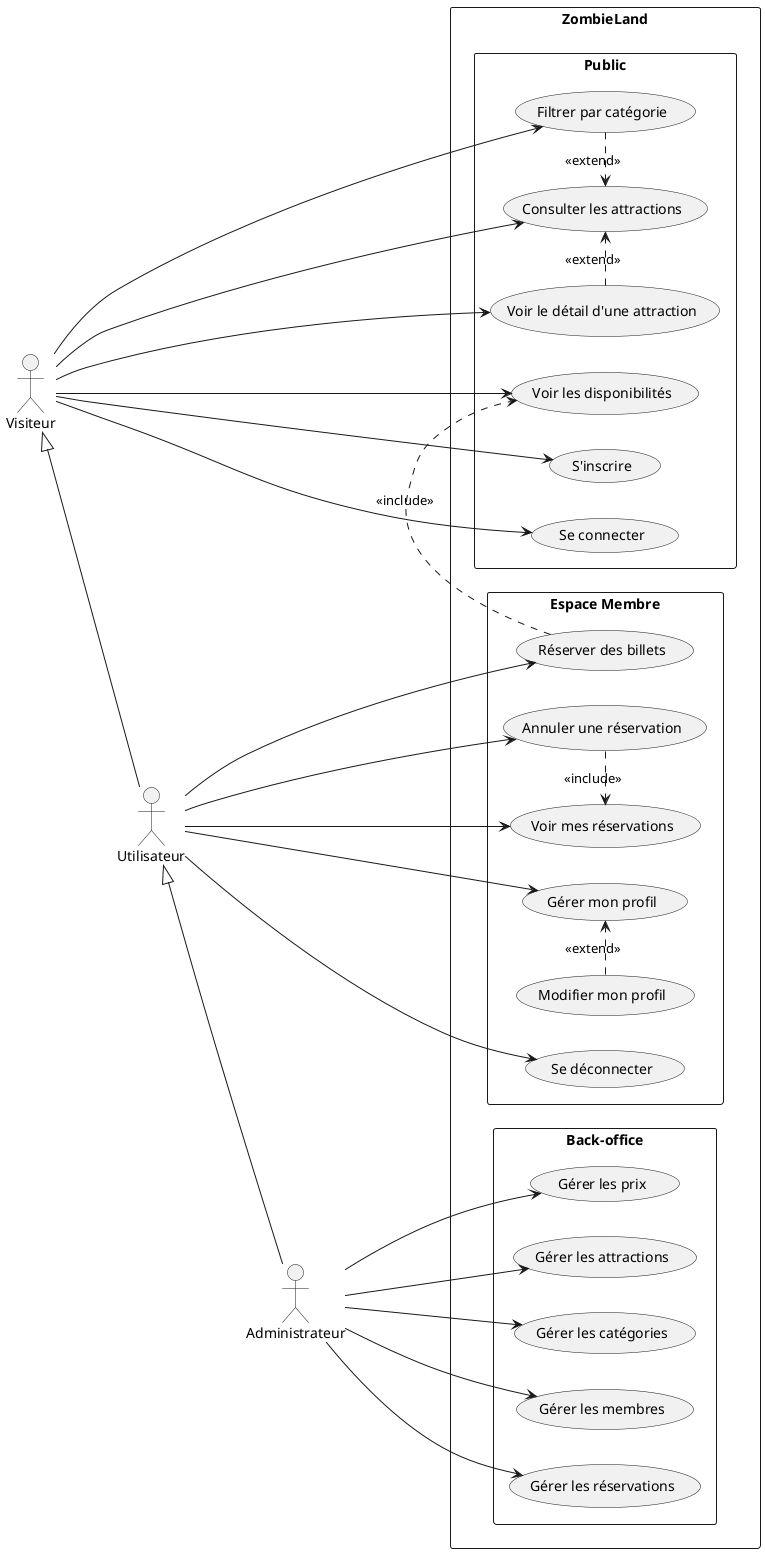
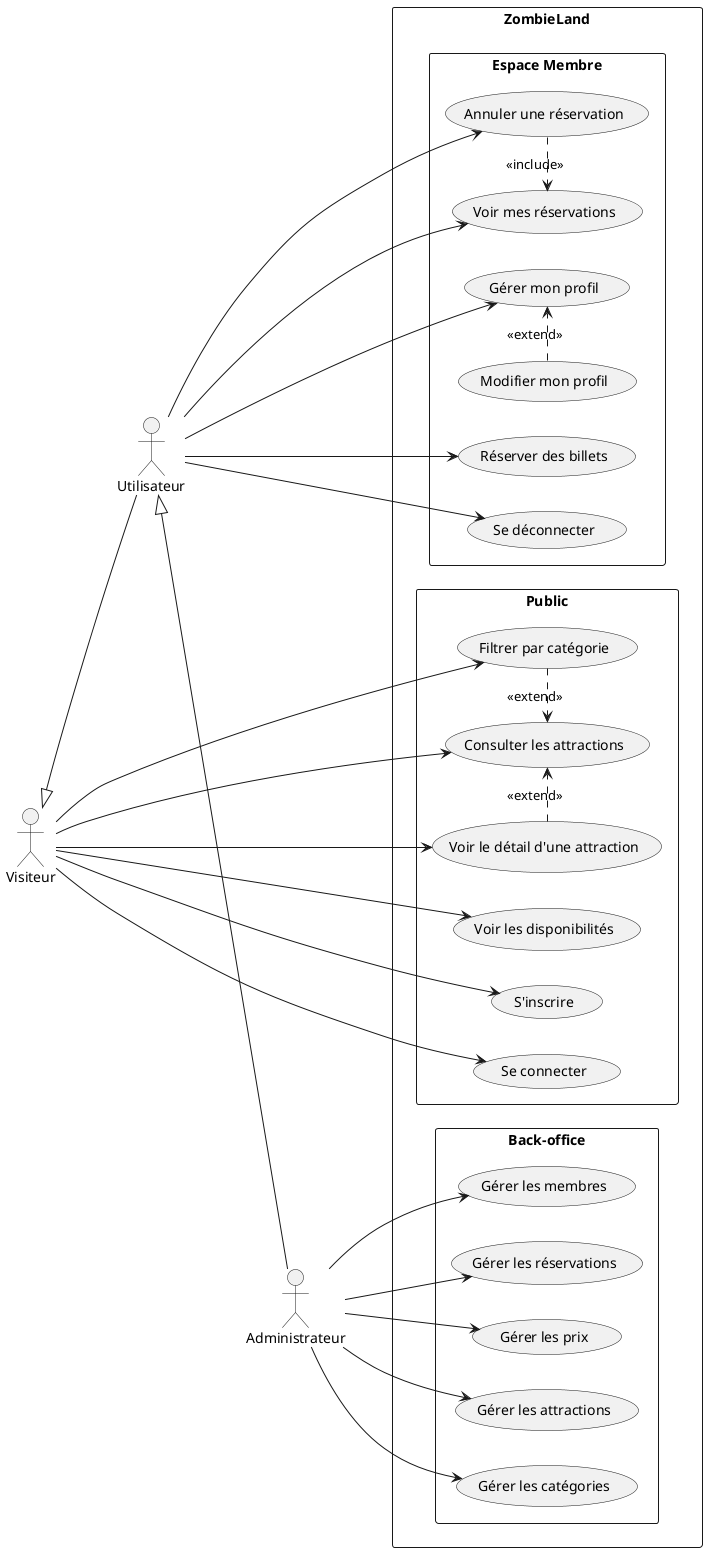
@startuml use_cases_zombieland

left to right direction

actor "Visiteur" as visitor
actor "Utilisateur" as user
actor "Administrateur" as admin

visitor <|-- user
user <|-- admin



rectangle ZombieLand {
rectangle "Back-office"{
  usecase "Gérer les attractions" as UC10
  usecase "Gérer les catégories" as UC11
  usecase "Gérer les membres" as UC12
  usecase "Gérer les réservations" as UC13
  usecase "Gérer les prix" as UC14
}

rectangle "Public"{
  usecase "Consulter les attractions" as UC1
  usecase "Filtrer par catégorie" as UC2
  usecase "Voir le détail d'une attraction" as UC3
  usecase "Voir les disponibilités" as UC15
  usecase "S'inscrire" as UC4
  usecase "Se connecter" as UC5
}

rectangle "Espace Membre"{
  usecase "Réserver des billets" as UC6
  usecase "Voir mes réservations" as UC7
  usecase "Annuler une réservation" as UC8
  usecase "Gérer mon profil" as UC9
  usecase "Modifier mon profil" as UC9a
  usecase "Se déconnecter" as UC9b
}

}

visitor --> UC1
visitor --> UC2
visitor --> UC3
visitor --> UC15
visitor --> UC4
visitor --> UC5


user --> UC6
user --> UC7
user --> UC8
user --> UC9


admin --> UC10
admin --> UC11
admin --> UC12
admin --> UC13
admin --> UC14

UC2 .> UC1 : <<extend>>
UC3 .> UC1 : <<extend>>
- UC6 .> UC15 : <<include>>
UC8 .> UC7 : <<include>>
UC9a .> UC9 : <<extend>>
user --> UC9b




@enduml